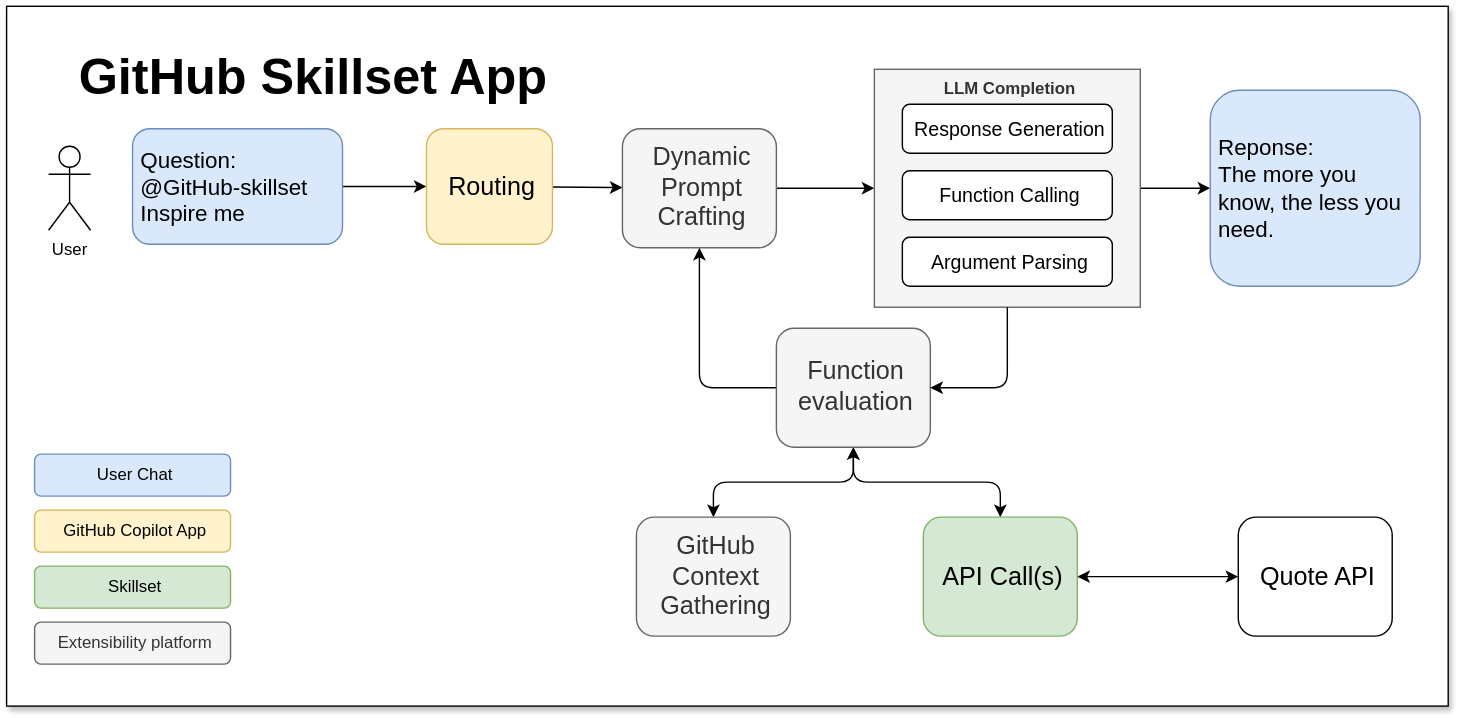
Before: docs/images/next/extensions-skillset.drawio.svg, a diagram exported from draw.io (hakoneriksson/gh-copilot-workshop). Source tidied: cells renumbered, new cells last; positions are measured from the earlier drawing's top-left corner, leaving out a move shared by most shapes. Source of this version:
```xml
<mxGraphModel>
  <root>
    <mxCell id="0" />
    <mxCell id="1" parent="0" />
    <mxCell id="2" style="rounded=0;whiteSpace=wrap;html=1;shadow=1;" parent="1" vertex="1">
      <mxGeometry width="1030" height="500" as="geometry" />
    </mxCell>
    <mxCell id="3" style="edgeStyle=none;html=1;" parent="1" edge="1" source="4" target="7">
      <mxGeometry relative="1" as="geometry" />
    </mxCell>
    <mxCell id="4" value="&lt;span&gt;Question:&lt;br&gt;@GitHub-skillset&lt;br&gt;&lt;/span&gt;&lt;span style=&quot;background-color: transparent;&quot;&gt;Inspire me&lt;/span&gt;" style="rounded=1;whiteSpace=wrap;html=1;align=left;perimeterSpacing=0;strokeWidth=1;spacingTop=0;spacingLeft=4;fontSize=16;fillColor=#dae8fc;strokeColor=#6c8ebf;" parent="1" vertex="1">
      <mxGeometry x="90" y="87.5" width="150" height="82.5" as="geometry" />
    </mxCell>
    <mxCell id="5" value="&lt;span style=&quot;font-size: 36px;&quot;&gt;GitHub Skillset App&lt;/span&gt;" style="text;strokeColor=none;fillColor=none;html=1;fontSize=24;fontStyle=1;verticalAlign=middle;align=left;" parent="1" vertex="1">
      <mxGeometry x="50" y="30" width="620" height="40" as="geometry" />
    </mxCell>
    <mxCell id="6" style="edgeStyle=none;html=1;" parent="1" edge="1" source="7" target="10">
      <mxGeometry relative="1" as="geometry" />
    </mxCell>
    <mxCell id="7" value="&lt;span style=&quot;font-size: 18px;&quot;&gt;Routing&lt;/span&gt;" style="rounded=1;whiteSpace=wrap;html=1;align=center;perimeterSpacing=0;strokeWidth=1;spacingTop=0;spacingLeft=4;fillColor=#fff2cc;strokeColor=#d6b656;" parent="1" vertex="1">
      <mxGeometry x="300" y="87.5" width="90" height="82.5" as="geometry" />
    </mxCell>
    <mxCell id="8" value="User" style="shape=umlActor;verticalLabelPosition=bottom;verticalAlign=top;html=1;" parent="1" vertex="1">
      <mxGeometry x="30" y="100" width="30" height="60" as="geometry" />
    </mxCell>
    <mxCell id="9" style="edgeStyle=none;html=1;entryX=0;entryY=0.5;entryDx=0;entryDy=0;" parent="1" edge="1" source="10" target="12">
      <mxGeometry relative="1" as="geometry" />
    </mxCell>
    <mxCell id="10" value="&lt;span style=&quot;font-size: 18px;&quot;&gt;Dynamic Prompt Crafting&lt;/span&gt;" style="rounded=1;whiteSpace=wrap;html=1;align=center;perimeterSpacing=0;strokeWidth=1;spacingTop=0;spacingLeft=4;fillColor=#f5f5f5;strokeColor=#666666;fontColor=#333333;" parent="1" vertex="1">
      <mxGeometry x="440" y="87.5" width="110" height="85" as="geometry" />
    </mxCell>
    <mxCell id="11" style="edgeStyle=none;html=1;entryX=0;entryY=0.5;entryDx=0;entryDy=0;" parent="1" edge="1" source="12" target="23">
      <mxGeometry relative="1" as="geometry" />
    </mxCell>
    <mxCell id="12" value="&lt;b style=&quot;&quot;&gt;&lt;font&gt;LLM Completion&lt;/font&gt;&lt;/b&gt;" style="rounded=0;whiteSpace=wrap;html=1;align=center;perimeterSpacing=0;strokeWidth=1;spacingTop=0;spacingLeft=4;glass=0;shadow=0;verticalAlign=top;fillColor=#f5f5f5;strokeColor=#666666;fontColor=#333333;" parent="1" vertex="1">
      <mxGeometry x="620" y="45" width="190" height="170" as="geometry" />
    </mxCell>
    <mxCell id="13" value="&lt;span&gt;Function Calling&lt;/span&gt;" style="rounded=1;whiteSpace=wrap;html=1;align=center;perimeterSpacing=0;strokeWidth=1;spacingTop=0;spacingLeft=4;fontSize=14;" parent="1" vertex="1">
      <mxGeometry x="640" y="117.5" width="150" height="35" as="geometry" />
    </mxCell>
    <mxCell id="14" value="&lt;span&gt;Argument Parsing&lt;/span&gt;" style="rounded=1;whiteSpace=wrap;html=1;align=center;perimeterSpacing=0;strokeWidth=1;spacingTop=0;spacingLeft=4;fontSize=14;" parent="1" vertex="1">
      <mxGeometry x="640" y="165" width="150" height="35" as="geometry" />
    </mxCell>
    <mxCell id="15" style="edgeStyle=orthogonalEdgeStyle;html=1;startArrow=classic;startFill=1;" parent="1" edge="1" source="18" target="20">
      <mxGeometry relative="1" as="geometry" />
    </mxCell>
    <mxCell id="16" style="edgeStyle=orthogonalEdgeStyle;html=1;startArrow=classic;startFill=1;exitX=0.5;exitY=1;exitDx=0;exitDy=0;" parent="1" edge="1" source="18" target="21">
      <mxGeometry relative="1" as="geometry" />
    </mxCell>
    <mxCell id="17" style="edgeStyle=orthogonalEdgeStyle;html=1;entryX=0.5;entryY=1;entryDx=0;entryDy=0;exitX=0;exitY=0.5;exitDx=0;exitDy=0;" parent="1" edge="1" source="18" target="10">
      <mxGeometry relative="1" as="geometry" />
    </mxCell>
    <mxCell id="18" value="&lt;span style=&quot;font-size: 18px;&quot;&gt;Function evaluation&lt;/span&gt;" style="rounded=1;whiteSpace=wrap;html=1;align=center;perimeterSpacing=0;strokeWidth=1;spacingTop=0;spacingLeft=4;fillColor=#f5f5f5;strokeColor=#666666;fontColor=#333333;" parent="1" vertex="1">
      <mxGeometry x="550" y="230" width="110" height="85" as="geometry" />
    </mxCell>
    <mxCell id="19" style="edgeStyle=none;html=1;startArrow=classic;startFill=1;" parent="1" edge="1" source="20" target="28">
      <mxGeometry relative="1" as="geometry" />
    </mxCell>
    <mxCell id="20" value="&lt;span style=&quot;font-size: 18px;&quot;&gt;API Call(s)&lt;/span&gt;" style="rounded=1;whiteSpace=wrap;html=1;align=center;perimeterSpacing=0;strokeWidth=1;spacingTop=0;spacingLeft=4;fillColor=#d5e8d4;strokeColor=#82b366;" parent="1" vertex="1">
      <mxGeometry x="655" y="365" width="110" height="85" as="geometry" />
    </mxCell>
    <mxCell id="21" value="&lt;span style=&quot;font-size: 18px;&quot;&gt;GitHub&amp;nbsp;&lt;/span&gt;&lt;div&gt;&lt;span style=&quot;font-size: 18px;&quot;&gt;Context Gathering&lt;/span&gt;&lt;/div&gt;" style="rounded=1;whiteSpace=wrap;html=1;align=center;perimeterSpacing=0;strokeWidth=1;spacingTop=0;spacingLeft=4;fillColor=#f5f5f5;strokeColor=#666666;fontColor=#333333;" parent="1" vertex="1">
      <mxGeometry x="450" y="365" width="110" height="85" as="geometry" />
    </mxCell>
    <mxCell id="22" style="edgeStyle=orthogonalEdgeStyle;html=1;entryX=1;entryY=0.5;entryDx=0;entryDy=0;" parent="1" edge="1" source="12" target="18">
      <mxGeometry relative="1" as="geometry" />
    </mxCell>
    <mxCell id="23" value="&lt;span&gt;Reponse:&lt;br&gt;&lt;/span&gt;&lt;span style=&quot;background-color: transparent;&quot;&gt;The more you know, the less you need.&lt;/span&gt;" style="rounded=1;whiteSpace=wrap;html=1;align=left;perimeterSpacing=0;strokeWidth=1;spacingTop=0;spacingLeft=4;fontSize=16;fillColor=#dae8fc;strokeColor=#6c8ebf;" parent="1" vertex="1">
      <mxGeometry x="860" y="60" width="150" height="140" as="geometry" />
    </mxCell>
    <mxCell id="24" value="&lt;span&gt;GitHub Copilot App&lt;/span&gt;" style="rounded=1;whiteSpace=wrap;html=1;align=center;perimeterSpacing=0;strokeWidth=1;spacingTop=0;spacingLeft=4;fillColor=#fff2cc;strokeColor=#d6b656;fontSize=12;" parent="1" vertex="1">
      <mxGeometry x="20" y="360" width="140" height="30" as="geometry" />
    </mxCell>
    <mxCell id="25" value="&lt;span&gt;User Chat&lt;/span&gt;" style="rounded=1;whiteSpace=wrap;html=1;align=center;perimeterSpacing=0;strokeWidth=1;spacingTop=0;spacingLeft=4;fillColor=#dae8fc;strokeColor=#6c8ebf;fontSize=12;" parent="1" vertex="1">
      <mxGeometry x="20" y="320" width="140" height="30" as="geometry" />
    </mxCell>
    <mxCell id="26" value="&lt;span&gt;Skillset&lt;/span&gt;" style="rounded=1;whiteSpace=wrap;html=1;align=center;perimeterSpacing=0;strokeWidth=1;spacingTop=0;spacingLeft=4;fillColor=#d5e8d4;strokeColor=#82b366;fontSize=12;" parent="1" vertex="1">
      <mxGeometry x="20" y="400" width="140" height="30" as="geometry" />
    </mxCell>
    <mxCell id="27" value="&lt;span&gt;Extensibility platform&lt;/span&gt;" style="rounded=1;whiteSpace=wrap;html=1;align=center;perimeterSpacing=0;strokeWidth=1;spacingTop=0;spacingLeft=4;fillColor=#f5f5f5;strokeColor=#666666;fontSize=12;fontColor=#333333;" parent="1" vertex="1">
      <mxGeometry x="20" y="440" width="140" height="30" as="geometry" />
    </mxCell>
    <mxCell id="28" value="&lt;span style=&quot;font-size: 18px;&quot;&gt;Quote API&lt;/span&gt;" style="rounded=1;whiteSpace=wrap;html=1;align=center;perimeterSpacing=0;strokeWidth=1;spacingTop=0;spacingLeft=4;" parent="1" vertex="1">
      <mxGeometry x="880" y="365" width="110" height="85" as="geometry" />
    </mxCell>
    <mxCell id="29" value="&lt;span&gt;Response Generation&lt;/span&gt;" style="rounded=1;whiteSpace=wrap;html=1;align=center;perimeterSpacing=0;strokeWidth=1;spacingTop=0;spacingLeft=4;fontSize=14;" parent="1" vertex="1">
      <mxGeometry x="640" y="70" width="150" height="35" as="geometry" />
    </mxCell>
  </root>
</mxGraphModel>
```
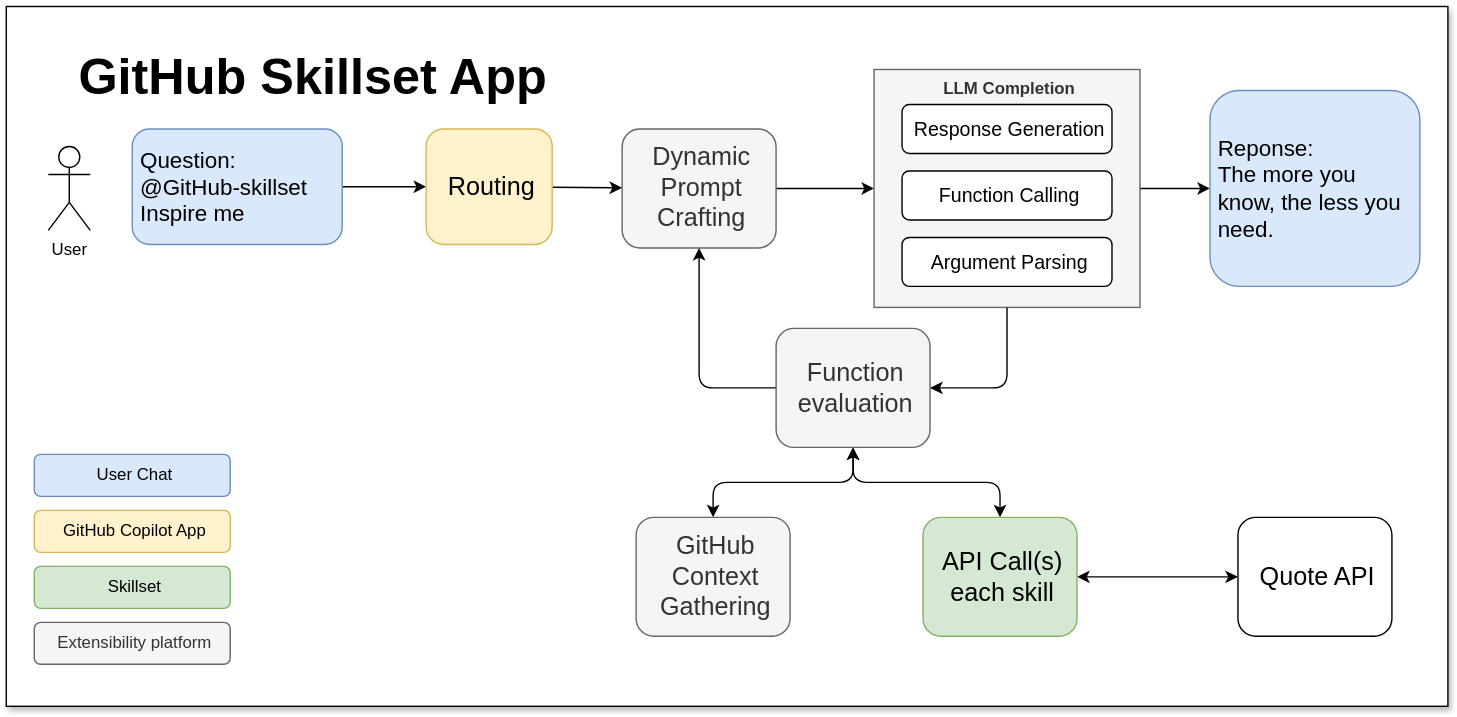
After the change.

Change to the diagram source:
```diff
@@ -56,7 +56,7 @@
     <mxCell id="19" style="edgeStyle=none;html=1;startArrow=classic;startFill=1;" parent="1" edge="1" source="20" target="28">
       <mxGeometry relative="1" as="geometry" />
     </mxCell>
-    <mxCell id="20" value="&lt;span style=&quot;font-size: 18px;&quot;&gt;API Call(s)&lt;/span&gt;" style="rounded=1;whiteSpace=wrap;html=1;align=center;perimeterSpacing=0;strokeWidth=1;spacingTop=0;spacingLeft=4;fillColor=#d5e8d4;strokeColor=#82b366;" parent="1" vertex="1">
+    <mxCell id="20" value="&lt;span style=&quot;font-size: 18px;&quot;&gt;API Call(s)&lt;br&gt;each skill&lt;/span&gt;" style="rounded=1;whiteSpace=wrap;html=1;align=center;perimeterSpacing=0;strokeWidth=1;spacingTop=0;spacingLeft=4;fillColor=#d5e8d4;strokeColor=#82b366;" parent="1" vertex="1">
       <mxGeometry x="655" y="365" width="110" height="85" as="geometry" />
     </mxCell>
     <mxCell id="21" value="&lt;span style=&quot;font-size: 18px;&quot;&gt;GitHub&amp;nbsp;&lt;/span&gt;&lt;div&gt;&lt;span style=&quot;font-size: 18px;&quot;&gt;Context Gathering&lt;/span&gt;&lt;/div&gt;" style="rounded=1;whiteSpace=wrap;html=1;align=center;perimeterSpacing=0;strokeWidth=1;spacingTop=0;spacingLeft=4;fillColor=#f5f5f5;strokeColor=#666666;fontColor=#333333;" parent="1" vertex="1">
```
